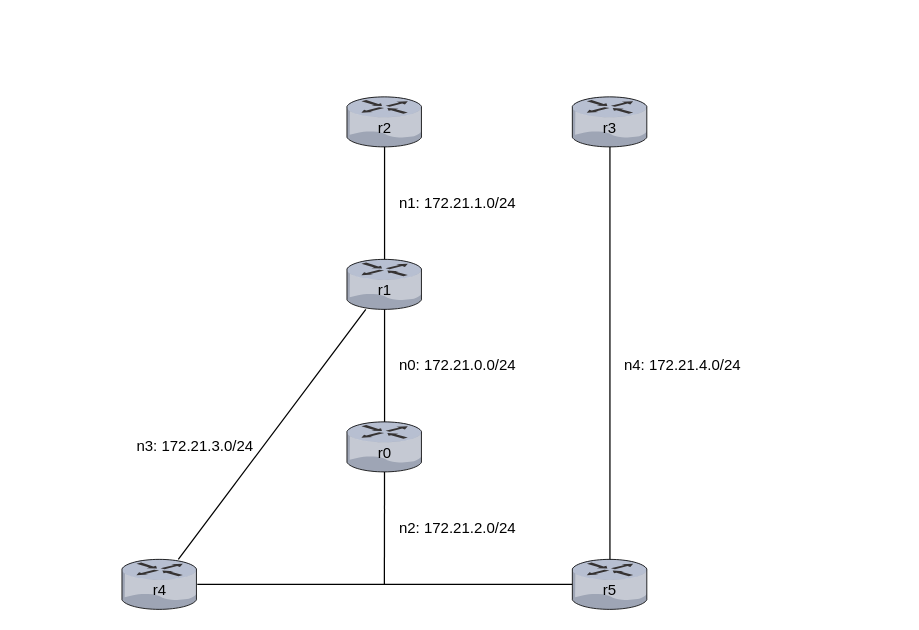
This is docs/network-topology.drawio from matheustoso/R2.2025.1, a draw.io file, before an edit. Source tidied: cells renumbered, new cells numbered last; positions are measured from the earlier drawing's top-left corner, leaving out a move shared by most shapes. Both pictures are drawn from the tidied source at 125%, with x=0, y=0 at pixel (121, 96).
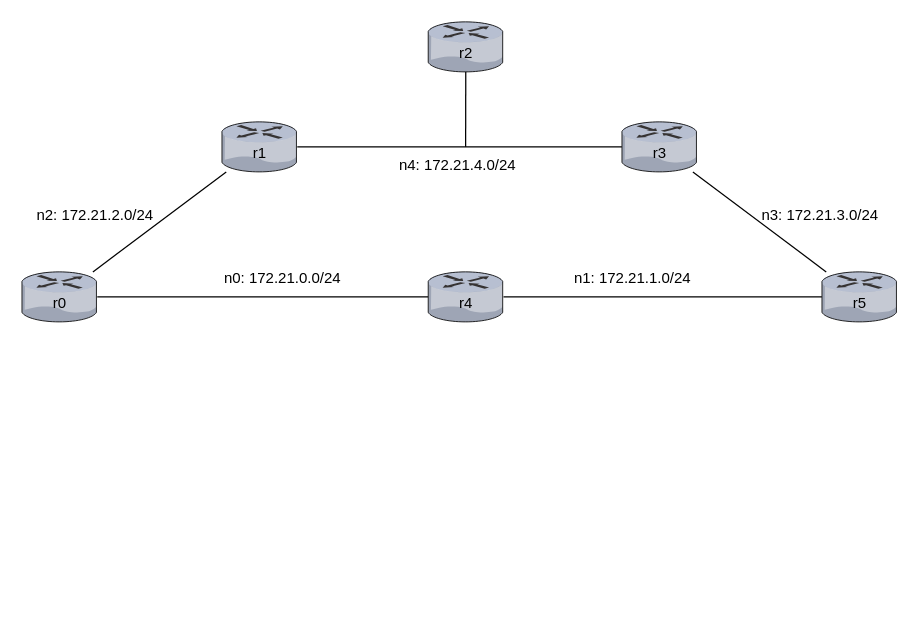
Above is the later version.

Commit message:
feat: Atualiza topologia

Unchanged cells that the change refers to:
```xml
<mxCell id="3" style="verticalLabelPosition=bottom;sketch=0;html=1;verticalAlign=top;strokeColor=none;align=center;outlineConnect=0;shape=mxgraph.citrix.router;" parent="2" vertex="1">
  <mxGeometry width="60.3" height="40" as="geometry" />
</mxCell>
<mxCell id="6" style="verticalLabelPosition=bottom;sketch=0;html=1;verticalAlign=top;strokeColor=none;align=center;outlineConnect=0;shape=mxgraph.citrix.router;" parent="5" vertex="1">
  <mxGeometry width="60.3" height="40" as="geometry" />
</mxCell>
<mxCell id="9" style="verticalLabelPosition=bottom;sketch=0;html=1;verticalAlign=top;strokeColor=none;align=center;outlineConnect=0;shape=mxgraph.citrix.router;" parent="8" vertex="1">
  <mxGeometry width="60.3" height="40" as="geometry" />
</mxCell>
<mxCell id="12" style="verticalLabelPosition=bottom;sketch=0;html=1;verticalAlign=top;strokeColor=none;align=center;outlineConnect=0;shape=mxgraph.citrix.router;" parent="11" vertex="1">
  <mxGeometry width="60.3" height="40" as="geometry" />
</mxCell>
<mxCell id="15" style="verticalLabelPosition=bottom;sketch=0;html=1;verticalAlign=top;strokeColor=none;align=center;outlineConnect=0;shape=mxgraph.citrix.router;" parent="14" vertex="1">
  <mxGeometry width="60.3" height="40" as="geometry" />
</mxCell>
<mxCell id="26" style="verticalLabelPosition=bottom;sketch=0;html=1;verticalAlign=top;strokeColor=none;align=center;outlineConnect=0;shape=mxgraph.citrix.router;" parent="25" vertex="1">
  <mxGeometry width="60.3" height="40" as="geometry" />
</mxCell>
```

What changed in the source:
```diff
@@
     <mxCell id="2" style="group;" parent="1" vertex="1">
-      <mxGeometry x="360.3" y="370" width="60.3" height="40" as="geometry" />
+      <mxGeometry x="560" y="140" width="60.3" height="40" as="geometry" />
     </mxCell>
@@
     <mxCell id="5" style="group;" parent="1" vertex="1">
-      <mxGeometry y="370" width="60.3" height="40" as="geometry" />
+      <mxGeometry x="245" y="140" width="60.3" height="40" as="geometry" />
     </mxCell>
@@
     <mxCell id="8" style="group;" parent="1" vertex="1">
-      <mxGeometry x="360.3" width="60.3" height="40" as="geometry" />
+      <mxGeometry x="400" y="20" width="60.3" height="40" as="geometry" />
     </mxCell>
@@
     <mxCell id="11" style="group;" parent="1" vertex="1">
-      <mxGeometry x="180" width="60.3" height="40" as="geometry" />
+      <mxGeometry x="245" y="-60" width="60.3" height="40" as="geometry" />
     </mxCell>
@@
     <mxCell id="14" style="group;" parent="1" vertex="1">
-      <mxGeometry x="180" y="130" width="60.3" height="40" as="geometry" />
+      <mxGeometry x="80" y="20" width="60.3" height="40" as="geometry" />
     </mxCell>
@@
     <mxCell id="17" value="n0: 172.21.0.0/24&lt;span style=&quot;background-color: transparent; color: light-dark(rgb(0, 0, 0), rgb(255, 255, 255));&quot;&gt;&amp;nbsp;&lt;/span&gt;" style="text;html=1;align=center;verticalAlign=middle;strokeColor=none;fillColor=none;rotation=0;" parent="1" vertex="1">
-      <mxGeometry x="210" y="200" width="120" height="30" as="geometry" />
+      <mxGeometry x="70" y="130" width="120" height="30" as="geometry" />
     </mxCell>
     <mxCell id="18" value="n1: 172.21.1.0/24&lt;span style=&quot;background-color: transparent; color: light-dark(rgb(0, 0, 0), rgb(255, 255, 255));&quot;&gt;&amp;nbsp;&lt;/span&gt;" style="text;html=1;align=center;verticalAlign=middle;strokeColor=none;fillColor=none;rotation=0;" parent="1" vertex="1">
-      <mxGeometry x="210" y="70" width="120" height="30" as="geometry" />
+      <mxGeometry x="350" y="130" width="120" height="30" as="geometry" />
     </mxCell>
     <mxCell id="19" value="n2: 172.21.2.0/24&lt;span style=&quot;background-color: transparent; color: light-dark(rgb(0, 0, 0), rgb(255, 255, 255));&quot;&gt;&amp;nbsp;&lt;/span&gt;" style="text;html=1;align=center;verticalAlign=middle;strokeColor=none;fillColor=none;rotation=0;" parent="1" vertex="1">
-      <mxGeometry x="210" y="330" width="120" height="30" as="geometry" />
+      <mxGeometry x="-80" y="80" width="120" height="30" as="geometry" />
     </mxCell>
     <mxCell id="20" value="n3: 172.21.3.0/24&lt;span style=&quot;background-color: transparent; color: light-dark(rgb(0, 0, 0), rgb(255, 255, 255));&quot;&gt;&amp;nbsp;&lt;/span&gt;" style="text;html=1;align=center;verticalAlign=middle;strokeColor=none;fillColor=none;rotation=0;" parent="1" vertex="1">
-      <mxGeometry y="265" width="120" height="30" as="geometry" />
+      <mxGeometry x="500.3" y="80" width="120" height="30" as="geometry" />
     </mxCell>
     <mxCell id="21" value="n4: 172.21.4.0/24&lt;span style=&quot;background-color: transparent; color: light-dark(rgb(0, 0, 0), rgb(255, 255, 255));&quot;&gt;&amp;nbsp;&lt;/span&gt;" style="text;html=1;align=center;verticalAlign=middle;strokeColor=none;fillColor=none;rotation=0;" parent="1" vertex="1">
-      <mxGeometry x="390" y="200" width="120" height="30" as="geometry" />
+      <mxGeometry x="210" y="40" width="120" height="30" as="geometry" />
     </mxCell>
-    <mxCell id="22" style="endArrow=none;html=1;rounded=0;" parent="1" edge="1" source="15" target="12">
-      <mxGeometry relative="1" as="geometry" />
-    </mxCell>
-    <mxCell id="23" style="endArrow=none;html=1;rounded=0;" parent="1" edge="1" source="6" target="3">
-      <mxGeometry relative="1" as="geometry" />
-    </mxCell>
-    <mxCell id="24" style="endArrow=none;html=1;rounded=0;" parent="1" edge="1" source="26">
-      <mxGeometry relative="1" as="geometry">
-        <mxPoint x="210" y="390" as="targetPoint" />
-      </mxGeometry>
-    </mxCell>
     <mxCell id="25" style="group;" parent="1" vertex="1">
-      <mxGeometry x="180" y="260" width="60.3" height="40" as="geometry" />
+      <mxGeometry x="-80" y="140" width="60.3" height="40" as="geometry" />
     </mxCell>
@@
-    <mxCell id="28" style="endArrow=none;html=1;rounded=0;" parent="1" edge="1" source="15" target="26">
-      <mxGeometry relative="1" as="geometry" />
-    </mxCell>
-    <mxCell id="29" style="endArrow=none;html=1;rounded=0;" parent="1" edge="1" source="15" target="6">
-      <mxGeometry relative="1" as="geometry" />
-    </mxCell>
-    <mxCell id="30" style="endArrow=none;html=1;rounded=0;" parent="1" edge="1" source="9" target="3">
-      <mxGeometry relative="1" as="geometry" />
-    </mxCell>
+    <mxCell id="31" style="endArrow=none;html=1;rounded=0;" parent="1" edge="1" source="26" target="15">
+      <mxGeometry relative="1" as="geometry" />
+    </mxCell>
+    <mxCell id="32" style="endArrow=none;html=1;rounded=0;" parent="1" edge="1" source="15" target="9">
+      <mxGeometry relative="1" as="geometry" />
+    </mxCell>
+    <mxCell id="33" style="endArrow=none;html=1;rounded=0;" parent="1" edge="1" source="12">
+      <mxGeometry relative="1" as="geometry">
+        <mxPoint x="275" y="40" as="targetPoint" />
+      </mxGeometry>
+    </mxCell>
+    <mxCell id="34" style="endArrow=none;html=1;rounded=0;" parent="1" edge="1" source="3" target="9">
+      <mxGeometry relative="1" as="geometry" />
+    </mxCell>
+    <mxCell id="35" style="endArrow=none;html=1;rounded=0;" parent="1" edge="1" source="26" target="6">
+      <mxGeometry relative="1" as="geometry" />
+    </mxCell>
+    <mxCell id="23" style="endArrow=none;html=1;rounded=0;" parent="1" edge="1" source="6" target="3">
+      <mxGeometry relative="1" as="geometry" />
+    </mxCell>
```
